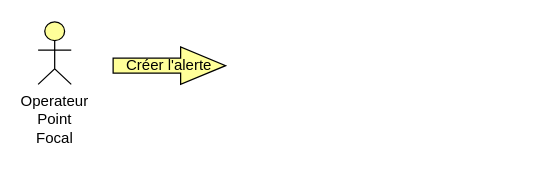
eblonvia/draw keeps this draw.io diagram as Defis Strategie.drawio. Above is the earlier version. Source tidied: cells renumbered, new cells numbered last; positions are measured from the earlier drawing's top-left corner, leaving out a move shared by most shapes. Both pictures are drawn from the tidied source at 125%, with x=0, y=0 at pixel (38, 21).
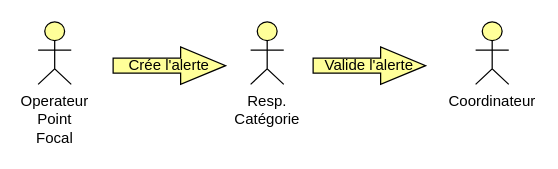
Above is the later version.

Commit message (it also covers changes not shown here):
Mettre à jour Defis Strategie.drawio

Diff of the diagram source:
```diff
@@
 <mxGraphModel>
   <root>
     <mxCell id="0" />
     <mxCell id="1" parent="0" />
     <mxCell id="2" value="Operateur Point Focal" style="html=1;whiteSpace=wrap;fillColor=#ffff99;verticalLabelPosition=bottom;verticalAlign=top;align=center;shape=mxgraph.archimate3.actor;" parent="1" vertex="1">
       <mxGeometry width="26.5" height="50" as="geometry" />
     </mxCell>
-    <mxCell id="3" value="Créer l'alerte" style="html=1;whiteSpace=wrap;fillColor=#ffff99;shape=mxgraph.archimate3.process;" parent="1" vertex="1">
+    <mxCell id="3" value="Crée l'alerte" style="html=1;whiteSpace=wrap;fillColor=#ffff99;shape=mxgraph.archimate3.process;" parent="1" vertex="1">
       <mxGeometry x="60" y="20" width="90" height="30" as="geometry" />
     </mxCell>
+    <mxCell id="4" value="Resp. Catégorie" style="html=1;whiteSpace=wrap;fillColor=#ffff99;verticalLabelPosition=bottom;verticalAlign=top;align=center;shape=mxgraph.archimate3.actor;" parent="1" vertex="1">
+      <mxGeometry x="170" width="26.5" height="50" as="geometry" />
+    </mxCell>
+    <mxCell id="5" value="Valide l'alerte" style="html=1;whiteSpace=wrap;fillColor=#ffff99;shape=mxgraph.archimate3.process;" parent="1" vertex="1">
+      <mxGeometry x="220" y="20" width="90" height="30" as="geometry" />
+    </mxCell>
+    <mxCell id="6" value="Coordinateur" style="html=1;whiteSpace=wrap;fillColor=#ffff99;verticalLabelPosition=bottom;verticalAlign=top;align=center;shape=mxgraph.archimate3.actor;" parent="1" vertex="1">
+      <mxGeometry x="350" width="26.5" height="50" as="geometry" />
+    </mxCell>
   </root>
 </mxGraphModel>
```
